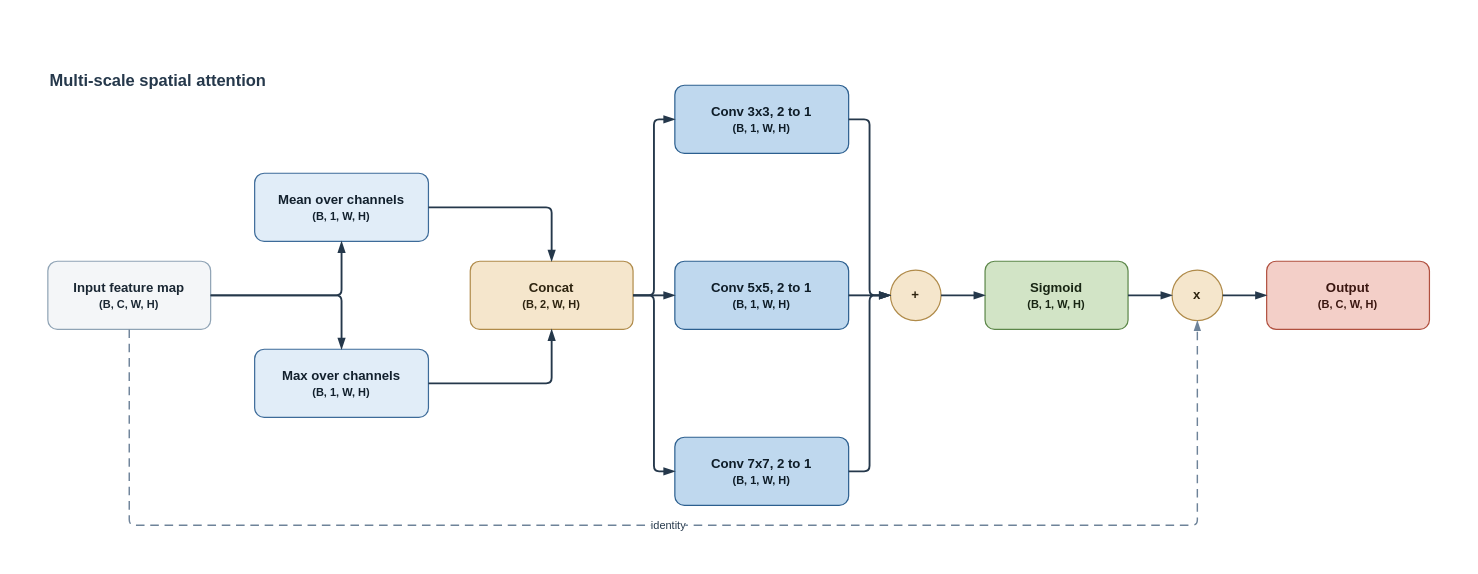
Before: ablation/figures/ms-spatial-attention.drawio in SaiSanthosh1508/End-to-End-Text-Translation-Pipeline, a draw.io diagram. Source tidied: cells renumbered, new cells numbered last; positions are measured from the earlier drawing's top-left corner, leaving out a move shared by most shapes. Both pictures are drawn from the tidied source at 110%, with x=0, y=0 at pixel (47, 65).
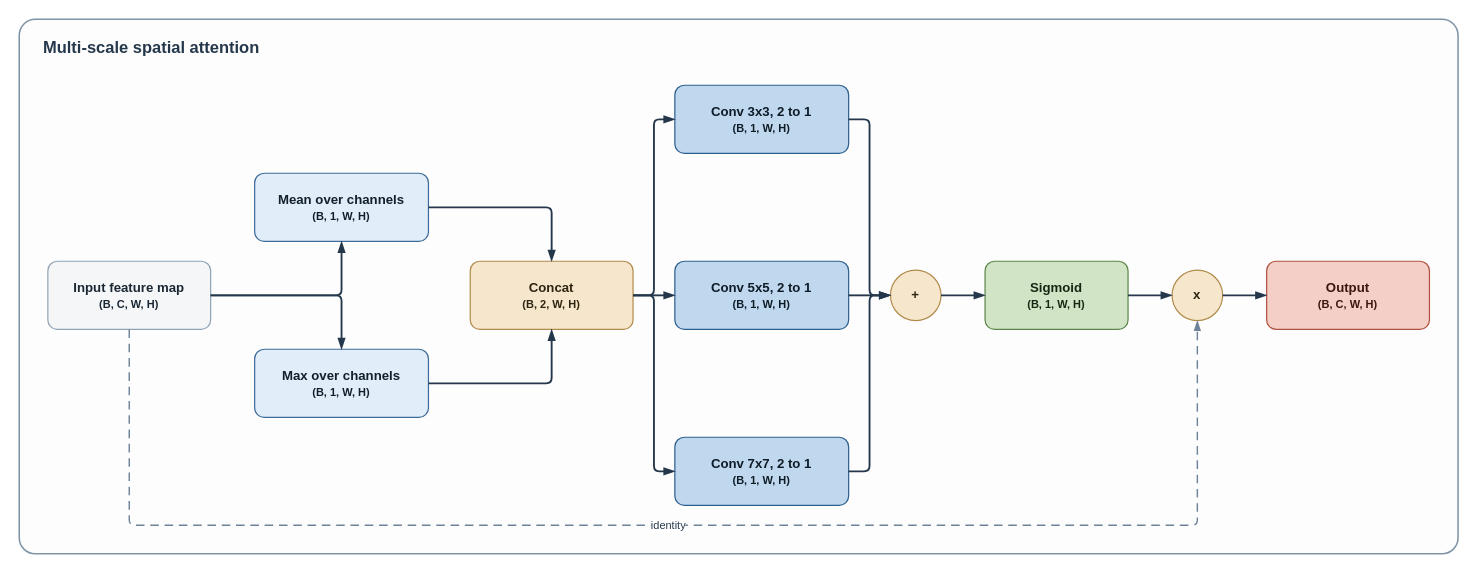
Above is the later version.

Change to the diagram source:
```diff
@@
+    <mxCell id="28" style="rounded=1;arcSize=3;whiteSpace=wrap;html=1;fillColor=#FDFDFE;strokeColor=#7E93A6;strokeWidth=1.4;" parent="1" vertex="1">
+      <mxGeometry x="-26" y="-42" width="1308" height="486" as="geometry" />
+    </mxCell>
     <mxCell id="2" value="Multi-scale spatial attention" style="text;html=1;align=left;verticalAlign=middle;fontSize=15;fontFamily=Helvetica;fontStyle=1;fontColor=#25384B;" parent="1" vertex="1">
-      <mxGeometry width="600" height="26" as="geometry" />
+      <mxGeometry x="-6" y="-30" width="600" height="26" as="geometry" />
     </mxCell>
```
